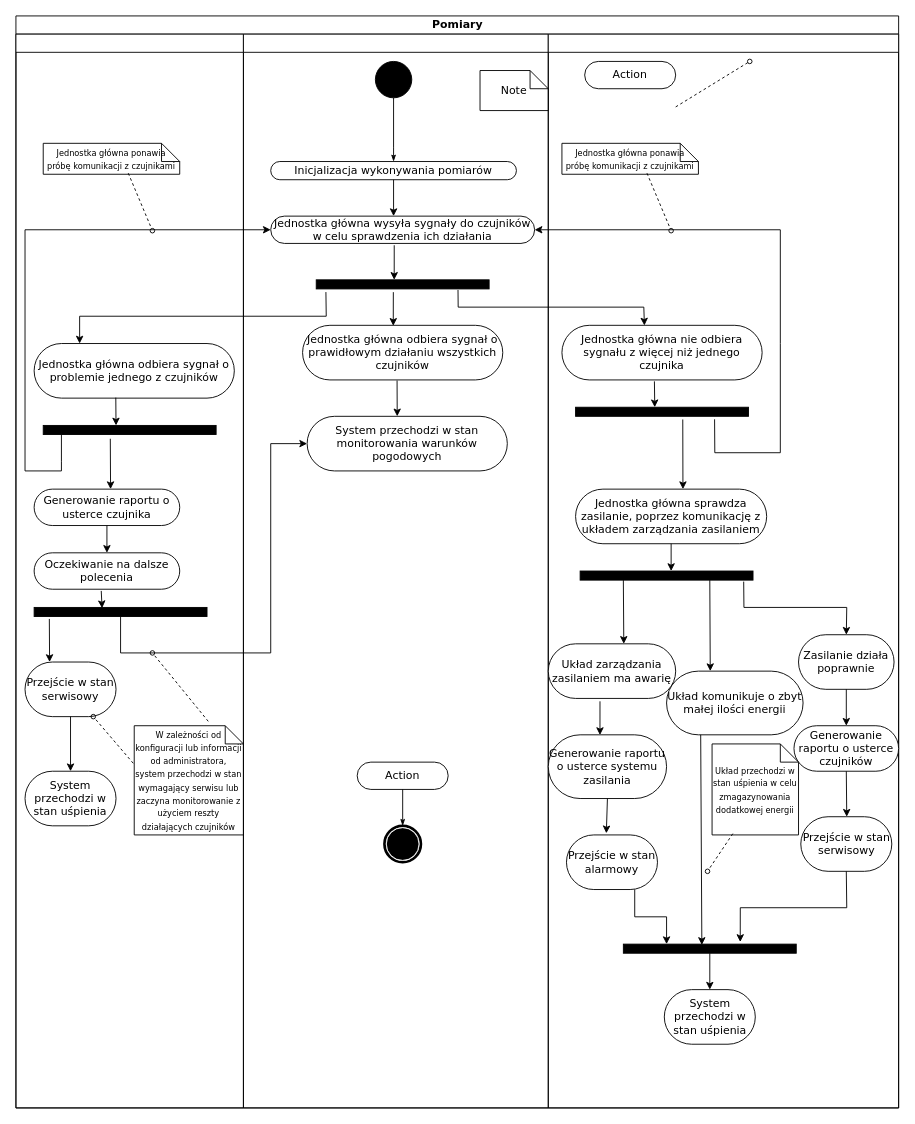
This is pomiary.drawio from zawoj/Wbudowane, a draw.io file, before an edit. Source tidied: cells renumbered, new cells numbered last; positions are measured from the earlier drawing's top-left corner, leaving out a move shared by most shapes. Both pictures are drawn from the tidied source at 91%, with x=0, y=0 at pixel (15, 15).
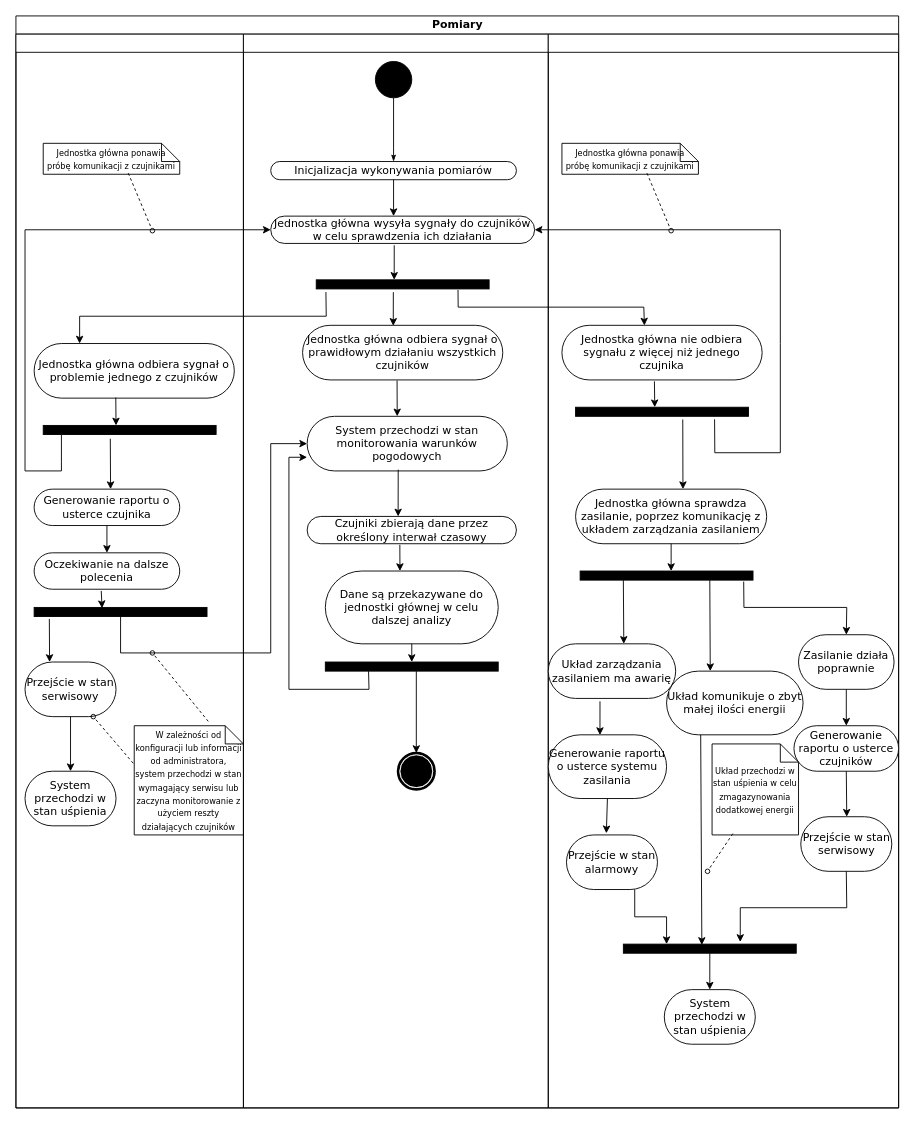
Above is the later version.

The change refers to these unchanged cells:
```xml
<mxCell id="22" style="swimlane;html=1;startSize=20;" parent="2" vertex="1">
  <mxGeometry x="250" y="20" width="335" height="1180" as="geometry" />
</mxCell>
<mxCell id="34" value="System przechodzi w stan monitorowania warunków pogodowych" style="rounded=1;whiteSpace=wrap;html=1;shadow=0;comic=0;labelBackgroundColor=none;strokeWidth=1;fontFamily=Verdana;fontSize=12;align=center;arcSize=50;" parent="22" vertex="1">
  <mxGeometry x="70" y="420" width="220" height="60" as="geometry" />
</mxCell>
<mxCell id="44" style="swimlane;html=1;startSize=20;" parent="2" vertex="1">
  <mxGeometry x="585" y="20" width="385" height="1180" as="geometry" />
</mxCell>
```

What changed in the source:
```diff
@@
-    <mxCell id="35" value="Note" style="shape=note;whiteSpace=wrap;html=1;rounded=0;shadow=0;comic=0;labelBackgroundColor=none;strokeWidth=1;fontFamily=Verdana;fontSize=12;align=center;size=20;" parent="22" vertex="1">
-      <mxGeometry x="260" y="40" width="75" height="44" as="geometry" />
-    </mxCell>
-    <mxCell id="36" value="Action" style="rounded=1;whiteSpace=wrap;html=1;shadow=0;comic=0;labelBackgroundColor=none;strokeWidth=1;fontFamily=Verdana;fontSize=12;align=center;arcSize=50;" parent="22" vertex="1">
-      <mxGeometry x="125" y="800" width="100" height="30" as="geometry" />
-    </mxCell>
     <mxCell id="37" style="shape=mxgraph.bpmn.shape;html=1;verticalLabelPosition=bottom;labelBackgroundColor=#ffffff;verticalAlign=top;perimeter=ellipsePerimeter;outline=end;symbol=terminate;rounded=0;shadow=0;comic=0;strokeWidth=1;fontFamily=Verdana;fontSize=12;align=center;" parent="22" vertex="1">
-      <mxGeometry x="155" y="870" width="40" height="40" as="geometry" />
+      <mxGeometry x="170" y="790" width="40" height="40" as="geometry" />
     </mxCell>
-    <mxCell id="38" style="edgeStyle=none;rounded=0;html=1;labelBackgroundColor=none;startArrow=none;startFill=0;startSize=5;endArrow=classicThin;endFill=1;endSize=5;jettySize=auto;strokeWidth=1;fontFamily=Verdana;fontSize=12;" parent="22" edge="1" source="36" target="37">
-      <mxGeometry relative="1" as="geometry" />
-    </mxCell>
+    <mxCell id="78" style="endArrow=classic;html=1;rounded=0;exitX=0.455;exitY=0.977;exitDx=0;exitDy=0;exitPerimeter=0;" parent="22" edge="1" source="34">
+      <mxGeometry relative="1" as="geometry">
+        <mxPoint x="170" y="530" as="targetPoint" />
+      </mxGeometry>
+    </mxCell>
+    <mxCell id="79" value="Czujniki zbierają dane przez określony interwał czasowy" style="rounded=1;whiteSpace=wrap;html=1;shadow=0;comic=0;labelBackgroundColor=none;strokeWidth=1;fontFamily=Verdana;fontSize=12;align=center;arcSize=50;" parent="22" vertex="1">
+      <mxGeometry x="70" y="530" width="230" height="30" as="geometry" />
+    </mxCell>
+    <mxCell id="80" value="Dane są przekazywane do jednostki głównej w celu dalszej analizy" style="rounded=1;whiteSpace=wrap;html=1;shadow=0;comic=0;labelBackgroundColor=none;strokeWidth=1;fontFamily=Verdana;fontSize=12;align=center;arcSize=50;" parent="22" vertex="1">
+      <mxGeometry x="90" y="590" width="190" height="80" as="geometry" />
+    </mxCell>
+    <mxCell id="81" style="endArrow=classic;html=1;rounded=0;exitX=0.443;exitY=1.039;exitDx=0;exitDy=0;exitPerimeter=0;" parent="22" edge="1" source="79">
+      <mxGeometry relative="1" as="geometry">
+        <mxPoint x="172" y="590" as="targetPoint" />
+      </mxGeometry>
+    </mxCell>
+    <mxCell id="82" style="endArrow=classic;html=1;rounded=0;entryX=0;entryY=0.75;entryDx=0;entryDy=0;exitX=0.25;exitY=1;exitDx=0;exitDy=0;" parent="22" edge="1" source="83" target="34">
+      <mxGeometry relative="1" as="geometry">
+        <Array as="points">
+          <mxPoint x="138" y="720" />
+          <mxPoint x="50" y="720" />
+          <mxPoint x="50" y="465" />
+        </Array>
+      </mxGeometry>
+    </mxCell>
+    <mxCell id="83" style="whiteSpace=wrap;html=1;rounded=0;shadow=0;comic=0;labelBackgroundColor=none;strokeWidth=1;fillColor=#000000;fontFamily=Verdana;fontSize=12;align=center;rotation=0;" parent="22" vertex="1">
+      <mxGeometry x="90" y="690" width="190" height="10" as="geometry" />
+    </mxCell>
+    <mxCell id="84" style="endArrow=classic;html=1;rounded=0;exitX=0.5;exitY=1;exitDx=0;exitDy=0;entryX=0.5;entryY=0;entryDx=0;entryDy=0;" parent="22" edge="1" source="80" target="83">
+      <mxGeometry relative="1" as="geometry" />
+    </mxCell>
+    <mxCell id="85" style="endArrow=classic;html=1;rounded=0;entryX=0.5;entryY=0;entryDx=0;entryDy=0;" parent="22" edge="1" target="37">
+      <mxGeometry relative="1" as="geometry">
+        <mxPoint x="190" y="700" as="sourcePoint" />
+      </mxGeometry>
+    </mxCell>
@@
-    <mxCell id="46" style="edgeStyle=none;rounded=0;html=1;dashed=1;labelBackgroundColor=none;startArrow=none;startFill=0;startSize=5;endArrow=oval;endFill=0;endSize=5;jettySize=auto;orthogonalLoop=1;strokeWidth=1;fontFamily=Verdana;fontSize=12;" parent="44" edge="1">
-      <mxGeometry relative="1" as="geometry">
-        <mxPoint x="140" y="80" as="sourcePoint" />
-        <mxPoint x="221.4" y="30" as="targetPoint" />
-      </mxGeometry>
-    </mxCell>
-    <mxCell id="47" value="Action" style="rounded=1;whiteSpace=wrap;html=1;shadow=0;comic=0;labelBackgroundColor=none;strokeWidth=1;fontFamily=Verdana;fontSize=12;align=center;arcSize=50;" parent="44" vertex="1">
-      <mxGeometry x="40" y="30" width="100" height="30" as="geometry" />
-    </mxCell>
```
